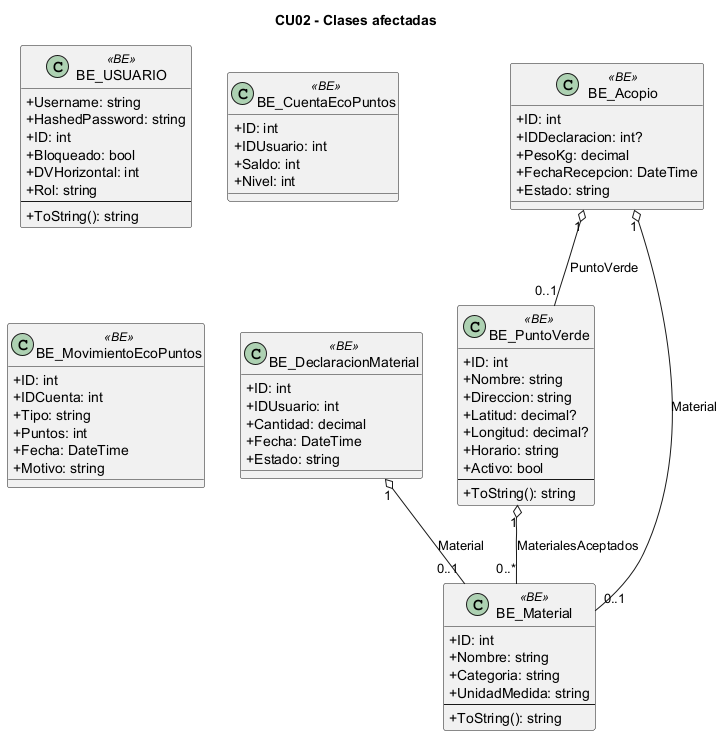
The PlantUML diagram docs/diagramas/uml_png/cu__CU02_clases.png in L-Muniz/uai-diploma_2026, before a commit.
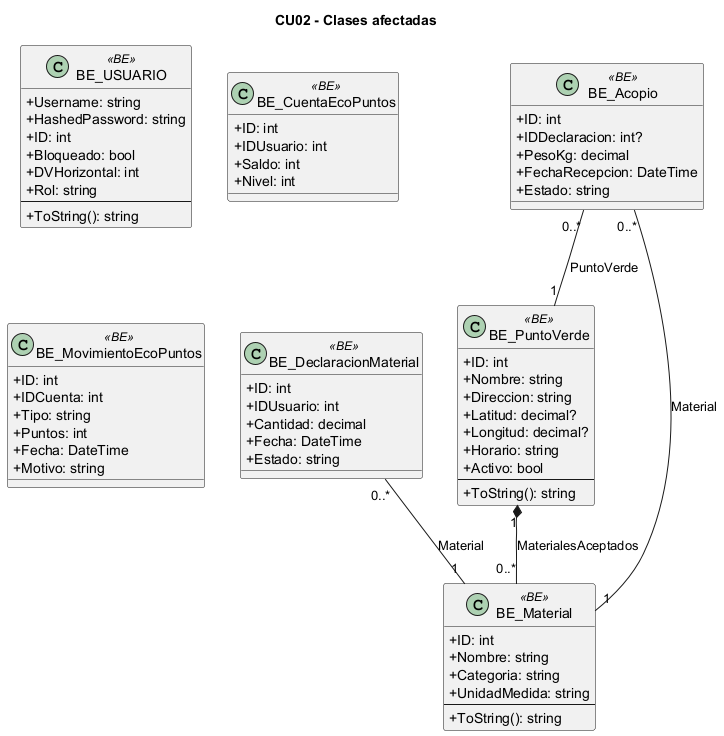
The same file after the commit.

Change to the diagram source:
```diff
@@ -58,8 +58,8 @@
   +Fecha: DateTime
   +Motivo: string
 }
-BE_DeclaracionMaterial "1" o-- "0..1" BE_Material : Material
-BE_Acopio "1" o-- "0..1" BE_PuntoVerde : PuntoVerde
-BE_Acopio "1" o-- "0..1" BE_Material : Material
-BE_PuntoVerde "1" o-- "0..*" BE_Material : MaterialesAceptados
+BE_DeclaracionMaterial "0..*" -- "1" BE_Material : Material
+BE_Acopio "0..*" -- "1" BE_PuntoVerde : PuntoVerde
+BE_Acopio "0..*" -- "1" BE_Material : Material
+BE_PuntoVerde "1" *-- "0..*" BE_Material : MaterialesAceptados
 @enduml
```
